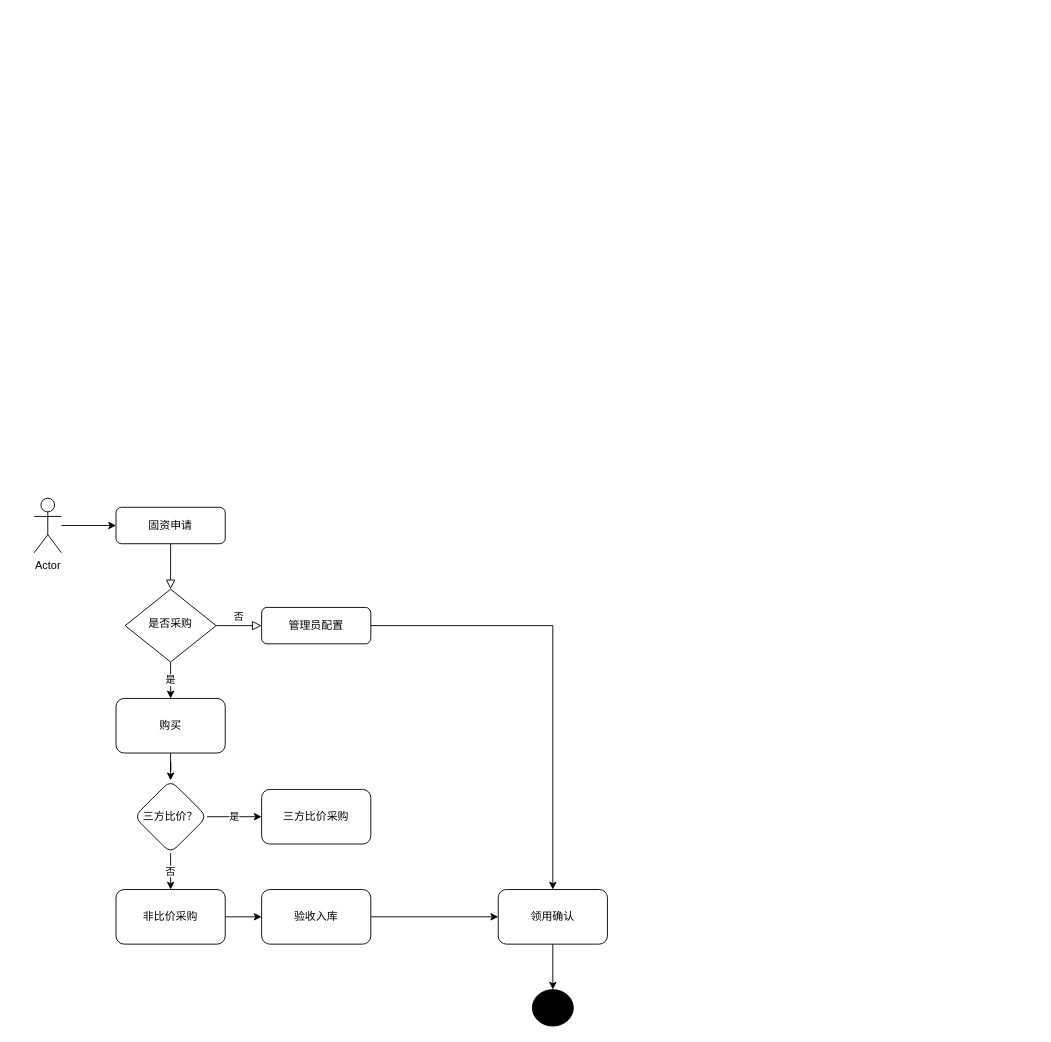
This is 未命名绘图.drawio from cgrlancer/draw.io, a draw.io file, before an edit. Source tidied: cells renumbered, new cells numbered last; positions are measured from the earlier drawing's top-left corner, leaving out a move shared by most shapes. Both pictures are drawn from the tidied source at 91%, with x=0, y=0 at pixel (34, 498).
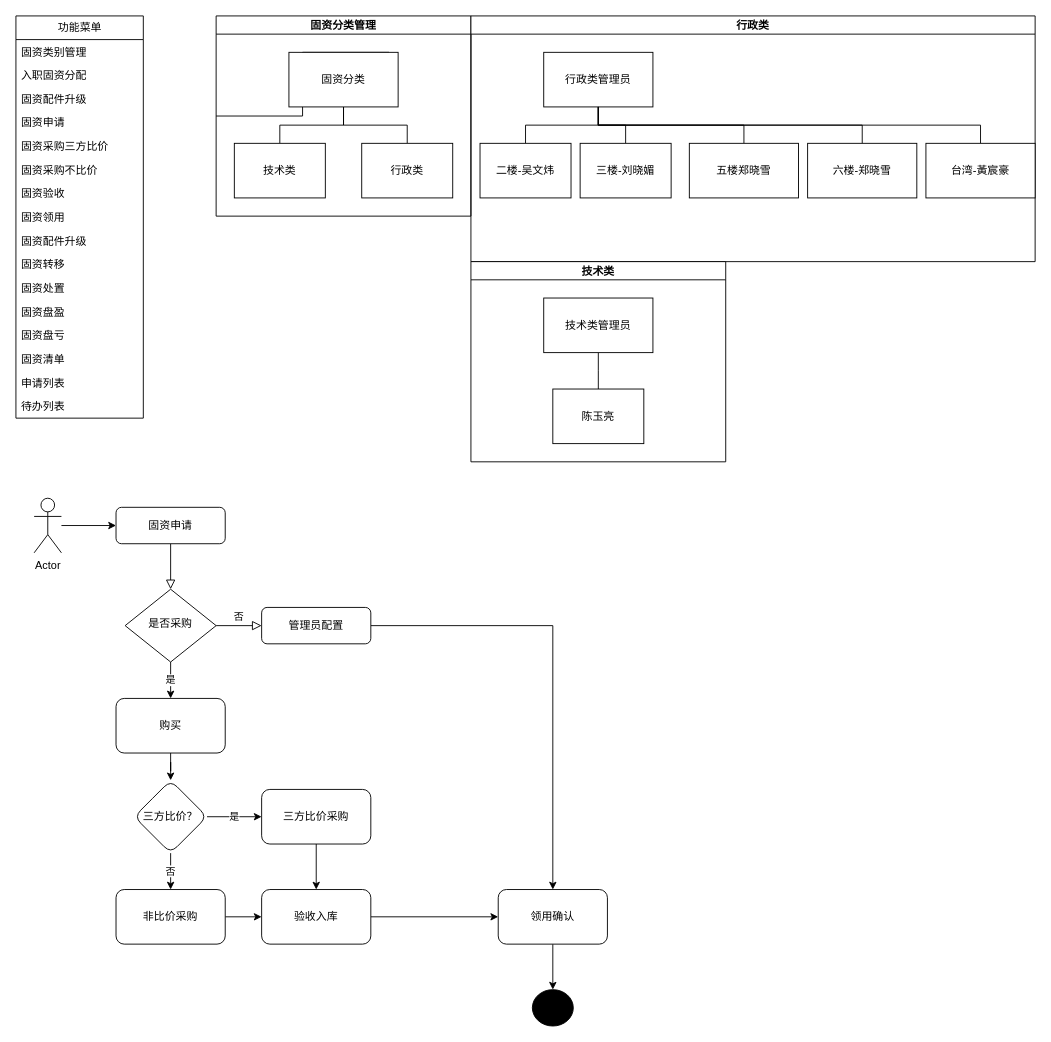
The same diagram, later.

Commit message:
更新未命名绘图.drawio

The change refers to these unchanged cells:
```xml
<mxCell id="10" value="验收入库" style="rounded=1;whiteSpace=wrap;html=1;fontSize=12;glass=0;strokeWidth=1;shadow=0;" parent="1" vertex="1">
  <mxGeometry x="250" y="430" width="120" height="60" as="geometry" />
</mxCell>
<mxCell id="23" value="三方比价采购" style="whiteSpace=wrap;html=1;rounded=1;" parent="1" vertex="1">
  <mxGeometry x="250" y="320" width="120" height="60" as="geometry" />
</mxCell>
```

Change to the diagram source:
```diff
@@
+    <mxCell id="24" style="edgeStyle=orthogonalEdgeStyle;rounded=0;jettySize=auto;html=1;" parent="1" edge="1" source="23" target="10">
+      <mxGeometry relative="1" as="geometry" />
+    </mxCell>
@@
+    <mxCell id="25" style="edgeStyle=elbowEdgeStyle;rounded=0;jettySize=auto;html=1;startArrow=none;endArrow=none;exitX=0;exitY=0.5;exitDx=0;exitDy=0;" parent="1" edge="1" source="26">
+      <mxGeometry relative="1" as="geometry">
+        <mxPoint x="390" y="-490" as="targetPoint" />
+      </mxGeometry>
+    </mxCell>
+    <mxCell id="26" value="固资分类管理" style="swimlane;startSize=20;horizontal=1;containerType=tree;newEdgeStyle={&quot;edgeStyle&quot;:&quot;elbowEdgeStyle&quot;,&quot;startArrow&quot;:&quot;none&quot;,&quot;endArrow&quot;:&quot;none&quot;};" parent="1" vertex="1">
+      <mxGeometry x="200" y="-530" width="280" height="220" as="geometry" />
+    </mxCell>
+    <mxCell id="27" style="edgeStyle=elbowEdgeStyle;elbow=vertical;sourcePerimeterSpacing=0;targetPerimeterSpacing=0;startArrow=none;endArrow=none;rounded=0;curved=0;" parent="26" edge="1" source="29" target="30">
+      <mxGeometry relative="1" as="geometry" />
+    </mxCell>
+    <mxCell id="28" style="edgeStyle=elbowEdgeStyle;elbow=vertical;sourcePerimeterSpacing=0;targetPerimeterSpacing=0;startArrow=none;endArrow=none;rounded=0;curved=0;" parent="26" edge="1" source="29" target="31">
+      <mxGeometry relative="1" as="geometry" />
+    </mxCell>
+    <mxCell id="29" value="固资分类" style="whiteSpace=wrap;html=1;align=center;newEdgeStyle={&quot;edgeStyle&quot;:&quot;elbowEdgeStyle&quot;,&quot;startArrow&quot;:&quot;none&quot;,&quot;endArrow&quot;:&quot;none&quot;};" parent="26" vertex="1">
+      <mxGeometry x="80" y="40" width="120" height="60" as="geometry" />
+    </mxCell>
+    <mxCell id="30" value="技术类" style="whiteSpace=wrap;html=1;align=center;verticalAlign=middle;newEdgeStyle={&quot;edgeStyle&quot;:&quot;elbowEdgeStyle&quot;,&quot;startArrow&quot;:&quot;none&quot;,&quot;endArrow&quot;:&quot;none&quot;};" parent="26" vertex="1">
+      <mxGeometry x="20" y="140" width="100" height="60" as="geometry" />
+    </mxCell>
+    <mxCell id="31" value="行政类" style="whiteSpace=wrap;html=1;align=center;verticalAlign=middle;newEdgeStyle={&quot;edgeStyle&quot;:&quot;elbowEdgeStyle&quot;,&quot;startArrow&quot;:&quot;none&quot;,&quot;endArrow&quot;:&quot;none&quot;};" parent="26" vertex="1">
+      <mxGeometry x="160" y="140" width="100" height="60" as="geometry" />
+    </mxCell>
+    <mxCell id="32" value="行政类" style="swimlane;startSize=20;horizontal=1;containerType=tree;newEdgeStyle={&quot;edgeStyle&quot;:&quot;elbowEdgeStyle&quot;,&quot;startArrow&quot;:&quot;none&quot;,&quot;endArrow&quot;:&quot;none&quot;};" parent="1" vertex="1">
+      <mxGeometry x="480" y="-530" width="620" height="270" as="geometry" />
+    </mxCell>
+    <mxCell id="33" style="edgeStyle=elbowEdgeStyle;elbow=vertical;sourcePerimeterSpacing=0;targetPerimeterSpacing=0;startArrow=none;endArrow=none;rounded=0;curved=0;" parent="32" edge="1" source="35" target="36">
+      <mxGeometry relative="1" as="geometry" />
+    </mxCell>
+    <mxCell id="34" style="edgeStyle=elbowEdgeStyle;elbow=vertical;sourcePerimeterSpacing=0;targetPerimeterSpacing=0;startArrow=none;endArrow=none;rounded=0;curved=0;" parent="32" edge="1" source="35" target="37">
+      <mxGeometry relative="1" as="geometry" />
+    </mxCell>
+    <mxCell id="35" value="行政类管理员" style="whiteSpace=wrap;html=1;align=center;newEdgeStyle={&quot;edgeStyle&quot;:&quot;elbowEdgeStyle&quot;,&quot;startArrow&quot;:&quot;none&quot;,&quot;endArrow&quot;:&quot;none&quot;};" parent="32" vertex="1">
+      <mxGeometry x="80" y="40" width="120" height="60" as="geometry" />
+    </mxCell>
+    <mxCell id="36" value="二楼-吴文炜" style="whiteSpace=wrap;html=1;align=center;verticalAlign=middle;newEdgeStyle={&quot;edgeStyle&quot;:&quot;elbowEdgeStyle&quot;,&quot;startArrow&quot;:&quot;none&quot;,&quot;endArrow&quot;:&quot;none&quot;};" parent="32" vertex="1">
+      <mxGeometry x="10" y="140" width="100" height="60" as="geometry" />
+    </mxCell>
+    <mxCell id="37" value="三楼-刘晓媚" style="whiteSpace=wrap;html=1;align=center;verticalAlign=middle;newEdgeStyle={&quot;edgeStyle&quot;:&quot;elbowEdgeStyle&quot;,&quot;startArrow&quot;:&quot;none&quot;,&quot;endArrow&quot;:&quot;none&quot;};" parent="32" vertex="1">
+      <mxGeometry x="120" y="140" width="100" height="60" as="geometry" />
+    </mxCell>
+    <mxCell id="38" style="edgeStyle=elbowEdgeStyle;rounded=0;jettySize=auto;html=1;elbow=vertical;startArrow=none;endArrow=none;" parent="32" edge="1" source="35" target="39">
+      <mxGeometry relative="1" as="geometry" />
+    </mxCell>
+    <mxCell id="39" value="五楼郑晓雪" style="whiteSpace=wrap;html=1;align=center;newEdgeStyle={&quot;edgeStyle&quot;:&quot;elbowEdgeStyle&quot;,&quot;startArrow&quot;:&quot;none&quot;,&quot;endArrow&quot;:&quot;none&quot;};" parent="32" vertex="1">
+      <mxGeometry x="240" y="140" width="120" height="60" as="geometry" />
+    </mxCell>
+    <mxCell id="40" style="edgeStyle=elbowEdgeStyle;rounded=0;jettySize=auto;html=1;elbow=vertical;startArrow=none;endArrow=none;" parent="32" edge="1" source="35" target="41">
+      <mxGeometry relative="1" as="geometry" />
+    </mxCell>
+    <mxCell id="41" value="六楼-郑晓雪" style="whiteSpace=wrap;html=1;align=center;newEdgeStyle={&quot;edgeStyle&quot;:&quot;elbowEdgeStyle&quot;,&quot;startArrow&quot;:&quot;none&quot;,&quot;endArrow&quot;:&quot;none&quot;};" parent="32" vertex="1">
+      <mxGeometry x="370" y="140" width="120" height="60" as="geometry" />
+    </mxCell>
+    <mxCell id="42" style="edgeStyle=elbowEdgeStyle;rounded=0;jettySize=auto;html=1;elbow=vertical;startArrow=none;endArrow=none;" parent="32" edge="1" source="35" target="43">
+      <mxGeometry relative="1" as="geometry" />
+    </mxCell>
+    <mxCell id="43" value="台湾-黃宸豪" style="whiteSpace=wrap;html=1;align=center;newEdgeStyle={&quot;edgeStyle&quot;:&quot;elbowEdgeStyle&quot;,&quot;startArrow&quot;:&quot;none&quot;,&quot;endArrow&quot;:&quot;none&quot;};" parent="32" vertex="1">
+      <mxGeometry x="500" y="140" width="120" height="60" as="geometry" />
+    </mxCell>
+    <mxCell id="44" value="功能菜单" style="swimlane;fontStyle=0;horizontal=1;startSize=26;fillColor=none;html=1;" parent="1" vertex="1">
+      <mxGeometry x="-20" y="-530" width="140" height="442" as="geometry" />
+    </mxCell>
+    <mxCell id="45" value="固资类别管理" style="text;strokeColor=none;fillColor=none;align=left;verticalAlign=top;spacingLeft=4;spacingRight=4;overflow=hidden;whiteSpace=wrap;html=1;" parent="44" vertex="1">
+      <mxGeometry y="26" width="140" height="26" as="geometry" />
+    </mxCell>
+    <mxCell id="46" value="入职固资分配" style="text;strokeColor=none;fillColor=none;align=left;verticalAlign=top;spacingLeft=4;spacingRight=4;overflow=hidden;whiteSpace=wrap;html=1;" parent="44" vertex="1">
+      <mxGeometry y="52" width="140" height="26" as="geometry" />
+    </mxCell>
+    <mxCell id="47" value="固资配件升级" style="text;strokeColor=none;fillColor=none;align=left;verticalAlign=top;spacingLeft=4;spacingRight=4;overflow=hidden;whiteSpace=wrap;html=1;" parent="44" vertex="1">
+      <mxGeometry y="78" width="140" height="26" as="geometry" />
+    </mxCell>
+    <mxCell id="48" value="固资申请" style="text;strokeColor=none;fillColor=none;align=left;verticalAlign=top;spacingLeft=4;spacingRight=4;overflow=hidden;whiteSpace=wrap;html=1;" parent="44" vertex="1">
+      <mxGeometry y="104" width="140" height="26" as="geometry" />
+    </mxCell>
+    <mxCell id="49" value="固资采购三方比价" style="text;strokeColor=none;fillColor=none;align=left;verticalAlign=top;spacingLeft=4;spacingRight=4;overflow=hidden;whiteSpace=wrap;html=1;" parent="44" vertex="1">
+      <mxGeometry y="130" width="140" height="26" as="geometry" />
+    </mxCell>
+    <mxCell id="50" value="固资采购不比价" style="text;strokeColor=none;fillColor=none;align=left;verticalAlign=top;spacingLeft=4;spacingRight=4;overflow=hidden;whiteSpace=wrap;html=1;" parent="44" vertex="1">
+      <mxGeometry y="156" width="140" height="26" as="geometry" />
+    </mxCell>
+    <mxCell id="51" value="固资验收" style="text;strokeColor=none;fillColor=none;align=left;verticalAlign=top;spacingLeft=4;spacingRight=4;overflow=hidden;whiteSpace=wrap;html=1;" parent="44" vertex="1">
+      <mxGeometry y="182" width="140" height="26" as="geometry" />
+    </mxCell>
+    <mxCell id="52" value="固资领用" style="text;strokeColor=none;fillColor=none;align=left;verticalAlign=top;spacingLeft=4;spacingRight=4;overflow=hidden;whiteSpace=wrap;html=1;" parent="44" vertex="1">
+      <mxGeometry y="208" width="140" height="26" as="geometry" />
+    </mxCell>
+    <mxCell id="53" value="固资配件升级" style="text;strokeColor=none;fillColor=none;align=left;verticalAlign=top;spacingLeft=4;spacingRight=4;overflow=hidden;whiteSpace=wrap;html=1;" parent="44" vertex="1">
+      <mxGeometry y="234" width="140" height="26" as="geometry" />
+    </mxCell>
+    <mxCell id="54" value="固资转移" style="text;strokeColor=none;fillColor=none;align=left;verticalAlign=top;spacingLeft=4;spacingRight=4;overflow=hidden;whiteSpace=wrap;html=1;" parent="44" vertex="1">
+      <mxGeometry y="260" width="140" height="26" as="geometry" />
+    </mxCell>
+    <mxCell id="55" value="固资处置" style="text;strokeColor=none;fillColor=none;align=left;verticalAlign=top;spacingLeft=4;spacingRight=4;overflow=hidden;whiteSpace=wrap;html=1;" parent="44" vertex="1">
+      <mxGeometry y="286" width="140" height="26" as="geometry" />
+    </mxCell>
+    <mxCell id="56" value="固资盘盈" style="text;strokeColor=none;fillColor=none;align=left;verticalAlign=top;spacingLeft=4;spacingRight=4;overflow=hidden;whiteSpace=wrap;html=1;" parent="44" vertex="1">
+      <mxGeometry y="312" width="140" height="26" as="geometry" />
+    </mxCell>
+    <mxCell id="57" value="固资盘亏" style="text;strokeColor=none;fillColor=none;align=left;verticalAlign=top;spacingLeft=4;spacingRight=4;overflow=hidden;whiteSpace=wrap;html=1;" parent="44" vertex="1">
+      <mxGeometry y="338" width="140" height="26" as="geometry" />
+    </mxCell>
+    <mxCell id="58" value="固资清单" style="text;strokeColor=none;fillColor=none;align=left;verticalAlign=top;spacingLeft=4;spacingRight=4;overflow=hidden;whiteSpace=wrap;html=1;" parent="44" vertex="1">
+      <mxGeometry y="364" width="140" height="26" as="geometry" />
+    </mxCell>
+    <mxCell id="59" value="申请列表" style="text;strokeColor=none;fillColor=none;align=left;verticalAlign=top;spacingLeft=4;spacingRight=4;overflow=hidden;whiteSpace=wrap;html=1;" parent="44" vertex="1">
+      <mxGeometry y="390" width="140" height="26" as="geometry" />
+    </mxCell>
+    <mxCell id="60" value="待办列表" style="text;strokeColor=none;fillColor=none;align=left;verticalAlign=top;spacingLeft=4;spacingRight=4;overflow=hidden;whiteSpace=wrap;html=1;" parent="44" vertex="1">
+      <mxGeometry y="416" width="140" height="26" as="geometry" />
+    </mxCell>
+    <mxCell id="61" value="技术类" style="swimlane;startSize=20;horizontal=1;containerType=tree;newEdgeStyle={&quot;edgeStyle&quot;:&quot;elbowEdgeStyle&quot;,&quot;startArrow&quot;:&quot;none&quot;,&quot;endArrow&quot;:&quot;none&quot;};" parent="1" vertex="1">
+      <mxGeometry x="480" y="-260" width="280" height="220" as="geometry" />
+    </mxCell>
+    <mxCell id="62" style="edgeStyle=elbowEdgeStyle;elbow=vertical;sourcePerimeterSpacing=0;targetPerimeterSpacing=0;startArrow=none;endArrow=none;rounded=0;curved=0;" parent="61" edge="1" source="63" target="64">
+      <mxGeometry relative="1" as="geometry" />
+    </mxCell>
+    <mxCell id="63" value="技术类管理员" style="whiteSpace=wrap;html=1;align=center;newEdgeStyle={&quot;edgeStyle&quot;:&quot;elbowEdgeStyle&quot;,&quot;startArrow&quot;:&quot;none&quot;,&quot;endArrow&quot;:&quot;none&quot;};" parent="61" vertex="1">
+      <mxGeometry x="80" y="40" width="120" height="60" as="geometry" />
+    </mxCell>
+    <mxCell id="64" value="陈玉亮" style="whiteSpace=wrap;html=1;align=center;verticalAlign=middle;newEdgeStyle={&quot;edgeStyle&quot;:&quot;elbowEdgeStyle&quot;,&quot;startArrow&quot;:&quot;none&quot;,&quot;endArrow&quot;:&quot;none&quot;};" parent="61" vertex="1">
+      <mxGeometry x="90" y="140" width="100" height="60" as="geometry" />
+    </mxCell>
```
